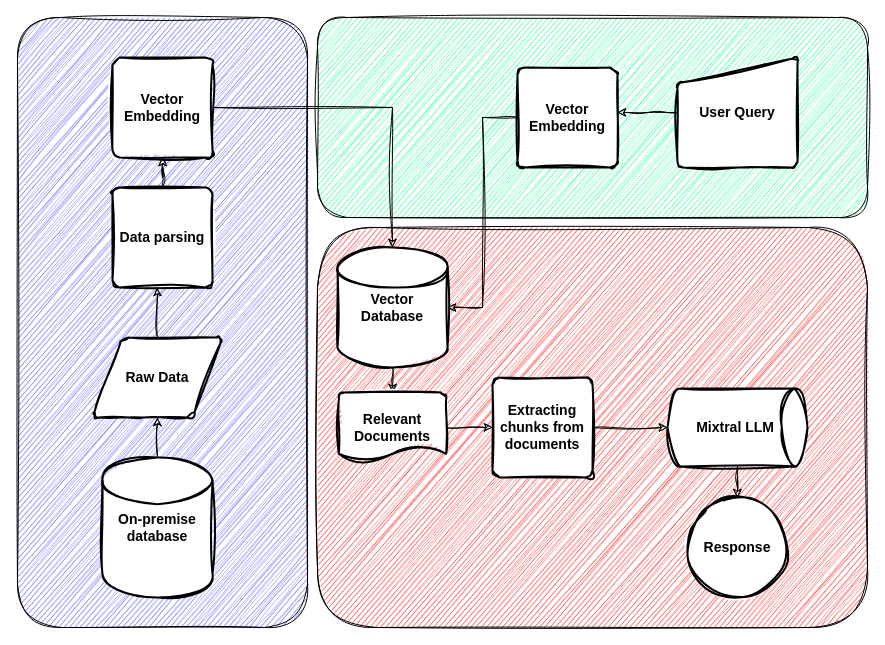
Earlier version of the draw.io diagram StudyBuddy.drawio (Aenast28/Datov-Projekt---StudyBuddy). Source tidied: cells renumbered, new cells numbered last; positions are measured from the earlier drawing's top-left corner, leaving out a move shared by most shapes. Both pictures are drawn from the tidied source at 100%, with x=0, y=0 at pixel (17, 17).
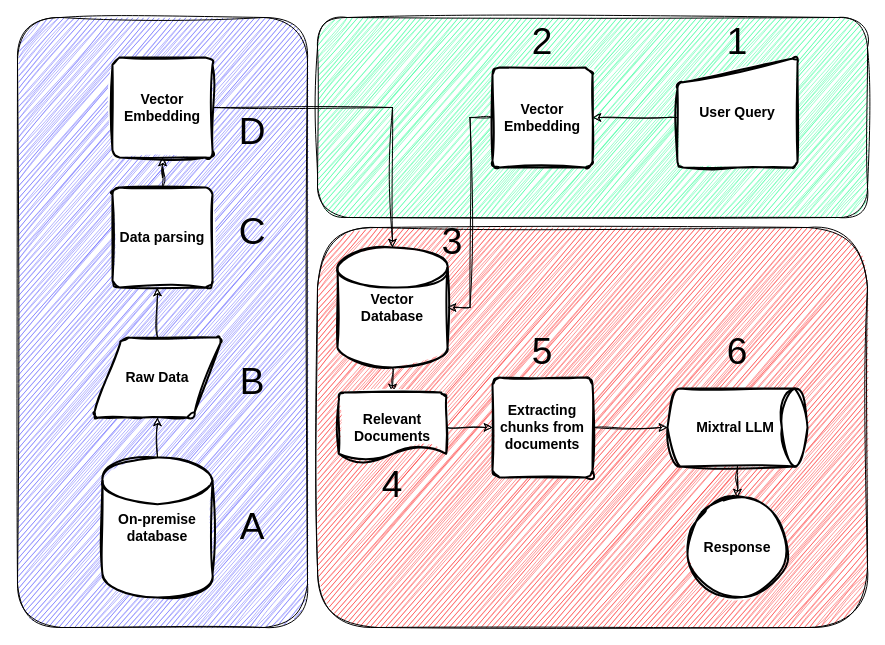
After the change.

The change refers to these unchanged cells:
```xml
<mxCell id="16" value="&lt;b&gt;&lt;font style=&quot;font-size: 14px;&quot;&gt;User Query&lt;/font&gt;&lt;/b&gt;" style="html=1;strokeWidth=2;shape=manualInput;whiteSpace=wrap;rounded=1;size=26;arcSize=11;shadow=0;textShadow=0;sketch=1;curveFitting=1;jiggle=2;" parent="1" vertex="1">
  <mxGeometry x="660" y="40" width="120" height="110" as="geometry" />
</mxCell>
```

Change to the diagram source:
```diff
@@
-    <mxCell id="15" style="edgeStyle=orthogonalEdgeStyle;rounded=0;jettySize=auto;html=1;sketch=1;curveFitting=1;jiggle=2;fontStyle=1;" parent="1" edge="1" source="16">
+    <mxCell id="15" style="edgeStyle=orthogonalEdgeStyle;rounded=0;jettySize=auto;html=1;sketch=1;curveFitting=1;jiggle=2;fontStyle=1;entryX=1;entryY=0.5;entryDx=0;entryDy=0;" parent="1" edge="1" source="16" target="17">
       <mxGeometry relative="1" as="geometry">
-        <mxPoint x="600" y="95" as="targetPoint" />
+        <Array as="points">
+          <mxPoint x="650" y="100" />
+          <mxPoint x="650" y="100" />
+        </Array>
       </mxGeometry>
     </mxCell>
@@
     <mxCell id="17" value="&lt;b&gt;&lt;font style=&quot;font-size: 14px;&quot;&gt;Vector Embedding&lt;/font&gt;&lt;/b&gt;" style="rounded=1;whiteSpace=wrap;html=1;absoluteArcSize=1;arcSize=14;strokeWidth=2;sketch=1;curveFitting=1;jiggle=2;" parent="1" vertex="1">
-      <mxGeometry x="500" y="50" width="100" height="100" as="geometry" />
+      <mxGeometry x="475" y="50" width="100" height="100" as="geometry" />
     </mxCell>
@@
+    <mxCell id="26" value="&lt;font style=&quot;font-size: 37px;&quot;&gt;A&lt;/font&gt;" style="text;html=1;align=center;verticalAlign=middle;whiteSpace=wrap;rounded=0;" parent="1" vertex="1">
+      <mxGeometry x="205" y="495" width="60" height="30" as="geometry" />
+    </mxCell>
+    <mxCell id="27" value="&lt;span style=&quot;font-size: 37px;&quot;&gt;B&lt;/span&gt;" style="text;html=1;align=center;verticalAlign=middle;whiteSpace=wrap;rounded=0;" parent="1" vertex="1">
+      <mxGeometry x="205" y="350" width="60" height="30" as="geometry" />
+    </mxCell>
+    <mxCell id="28" value="&lt;font style=&quot;font-size: 37px;&quot;&gt;C&lt;/font&gt;" style="text;html=1;align=center;verticalAlign=middle;whiteSpace=wrap;rounded=0;" parent="1" vertex="1">
+      <mxGeometry x="205" y="200" width="60" height="30" as="geometry" />
+    </mxCell>
+    <mxCell id="29" value="&lt;font style=&quot;font-size: 37px;&quot;&gt;D&lt;/font&gt;" style="text;html=1;align=center;verticalAlign=middle;whiteSpace=wrap;rounded=0;" parent="1" vertex="1">
+      <mxGeometry x="205" y="100" width="60" height="30" as="geometry" />
+    </mxCell>
+    <mxCell id="30" value="&lt;font style=&quot;font-size: 37px;&quot;&gt;1&lt;/font&gt;" style="text;html=1;align=center;verticalAlign=middle;whiteSpace=wrap;rounded=0;" parent="1" vertex="1">
+      <mxGeometry x="690" y="10" width="60" height="30" as="geometry" />
+    </mxCell>
+    <mxCell id="31" value="&lt;font style=&quot;font-size: 37px;&quot;&gt;2&lt;/font&gt;" style="text;html=1;align=center;verticalAlign=middle;whiteSpace=wrap;rounded=0;" parent="1" vertex="1">
+      <mxGeometry x="495" y="10" width="60" height="30" as="geometry" />
+    </mxCell>
+    <mxCell id="32" value="&lt;font style=&quot;font-size: 37px;&quot;&gt;3&lt;/font&gt;" style="text;html=1;align=center;verticalAlign=middle;whiteSpace=wrap;rounded=0;" parent="1" vertex="1">
+      <mxGeometry x="405" y="210" width="60" height="30" as="geometry" />
+    </mxCell>
+    <mxCell id="33" value="&lt;font style=&quot;font-size: 37px;&quot;&gt;4&lt;/font&gt;" style="text;html=1;align=center;verticalAlign=middle;whiteSpace=wrap;rounded=0;" parent="1" vertex="1">
+      <mxGeometry x="345" y="453" width="60" height="30" as="geometry" />
+    </mxCell>
+    <mxCell id="34" value="&lt;font style=&quot;font-size: 37px;&quot;&gt;5&lt;/font&gt;" style="text;html=1;align=center;verticalAlign=middle;whiteSpace=wrap;rounded=0;" parent="1" vertex="1">
+      <mxGeometry x="495" y="320" width="60" height="30" as="geometry" />
+    </mxCell>
+    <mxCell id="35" value="&lt;font style=&quot;font-size: 37px;&quot;&gt;6&lt;/font&gt;" style="text;html=1;align=center;verticalAlign=middle;whiteSpace=wrap;rounded=0;" parent="1" vertex="1">
+      <mxGeometry x="690" y="320" width="60" height="30" as="geometry" />
+    </mxCell>
```
